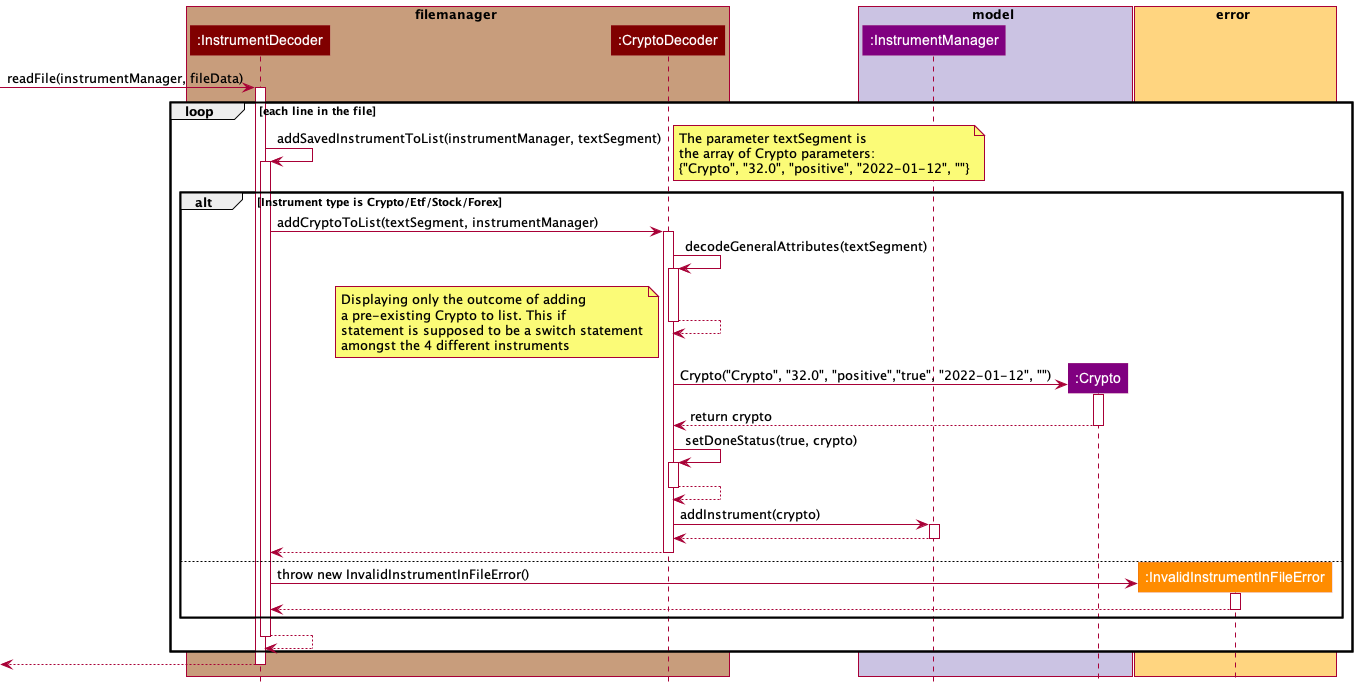
Above: docs/images/FileManagerSequenceDiagram.png in williamlamjy/mTracker (PlantUML), before the change.
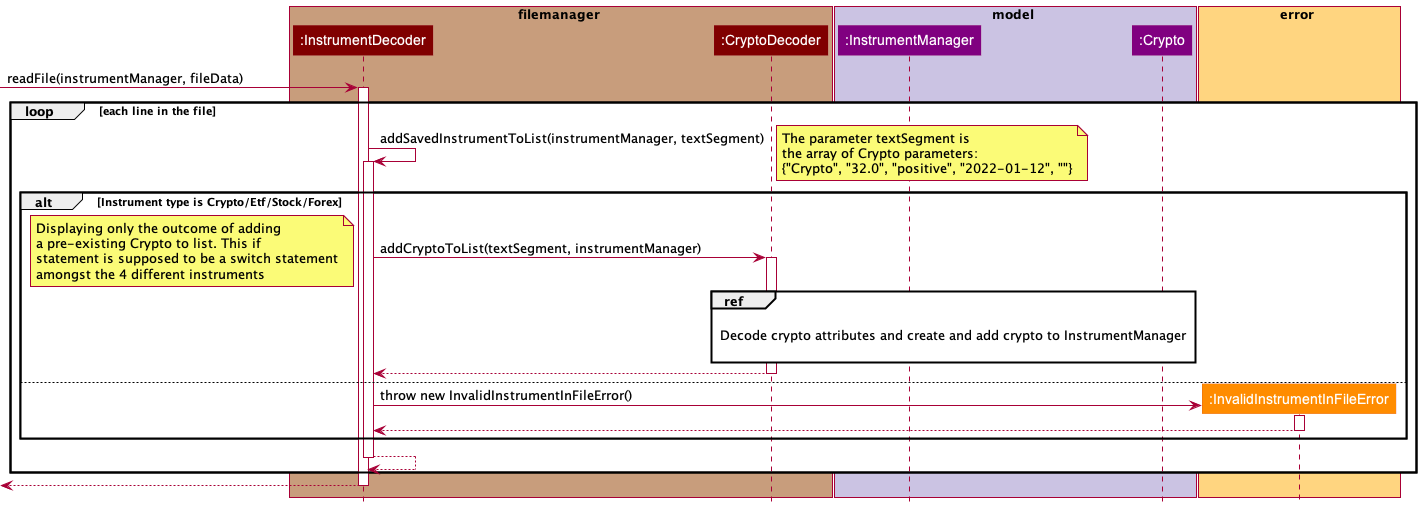
After the commit.

Commit message:
added ref diagram for storage

Change to the diagram source:
```diff
@@ -33,10 +33,11 @@
                     InstrumentDecoder-> CryptoDecoder: addCryptoToList(textSegment, instrumentManager)
                     activate CryptoDecoder
 
-                    CryptoDecoder-> CryptoDecoder: decodeGeneralAttributes(textSegment)
-                    activate CryptoDecoder
-                    CryptoDecoder--> CryptoDecoder
-                    deactivate CryptoDecoder
+                    ref over CryptoDecoder, InstrumentManager, Crypto
+
+                    Decode crypto attributes and create and add crypto to InstrumentManager
+
+                    endref
 
                     note bottom
                     Displaying only the outcome of adding
@@ -44,25 +45,6 @@
                     statement is supposed to be a switch statement
                     amongst the 4 different instruments
                     end note
-
-                    create Crypto
-                    CryptoDecoder-> Crypto: Crypto("Crypto", "32.0", "positive","true", "2022-01-12", "")
-                    activate Crypto
-
-
-                    Crypto--> CryptoDecoder: return crypto
-                    deactivate Crypto
-
-                    CryptoDecoder-> CryptoDecoder: setDoneStatus(true, crypto)
-                    activate CryptoDecoder
-                    CryptoDecoder--> CryptoDecoder
-                    deactivate CryptoDecoder
-
-                    CryptoDecoder-> InstrumentManager: addInstrument(crypto)
-                    activate InstrumentManager
-
-                    InstrumentManager--> CryptoDecoder
-                    deactivate InstrumentManager
 
                     CryptoDecoder--> InstrumentDecoder
                     deactivate CryptoDecoder
```
